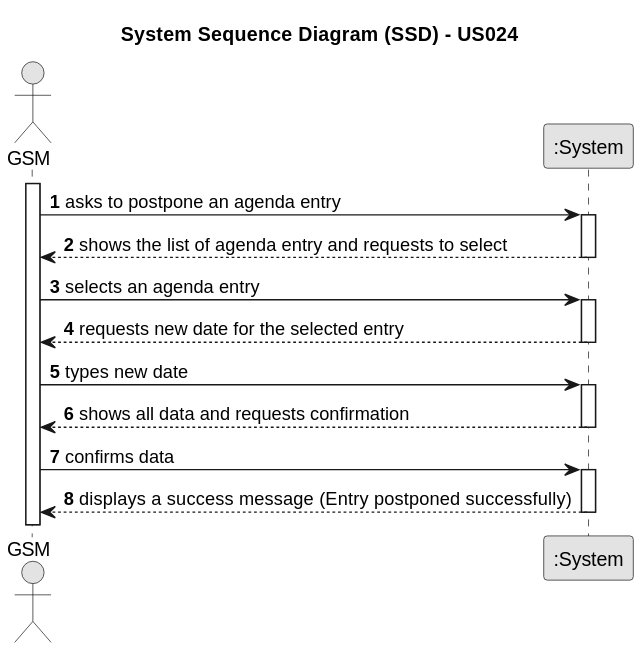
This is docs/sprintC/us024/01.requirements-engineering/svg/us024-system-sequence-diagram-alternative-one.svg from ricardomm7/leaflink, a PlantUML export, as it was before one commit.
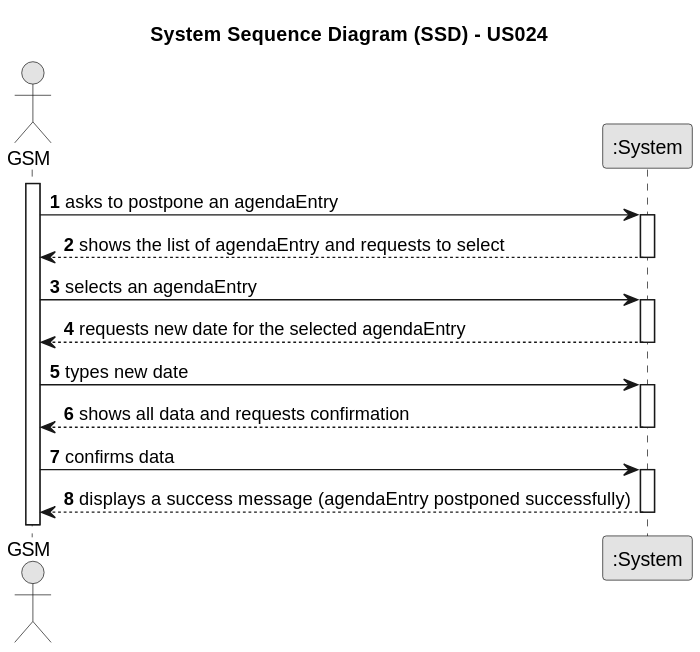
After the commit.

Change to the diagram source:
```diff
@@ -12,17 +12,17 @@
 
 activate GSM
 
-    GSM -> System : asks to postpone an agenda entry
+    GSM -> System : asks to postpone an agendaEntry
     activate System
 
-        System --> GSM : shows the list of agenda entry and requests to select
+        System --> GSM : shows the list of agendaEntry and requests to select
     deactivate System
 
-    GSM -> System : selects an agenda entry
+    GSM -> System : selects an agendaEntry
 
     activate System
 
-        System --> GSM : requests new date for the selected entry
+        System --> GSM : requests new date for the selected agendaEntry
     deactivate System
 
     GSM -> System : types new date
@@ -35,6 +35,6 @@
     GSM -> System : confirms data
     activate System
 
-        System --> GSM : displays a success message (Entry postponed successfully)
+        System --> GSM : displays a success message (agendaEntry postponed successfully)
     deactivate System
 @enduml
```
